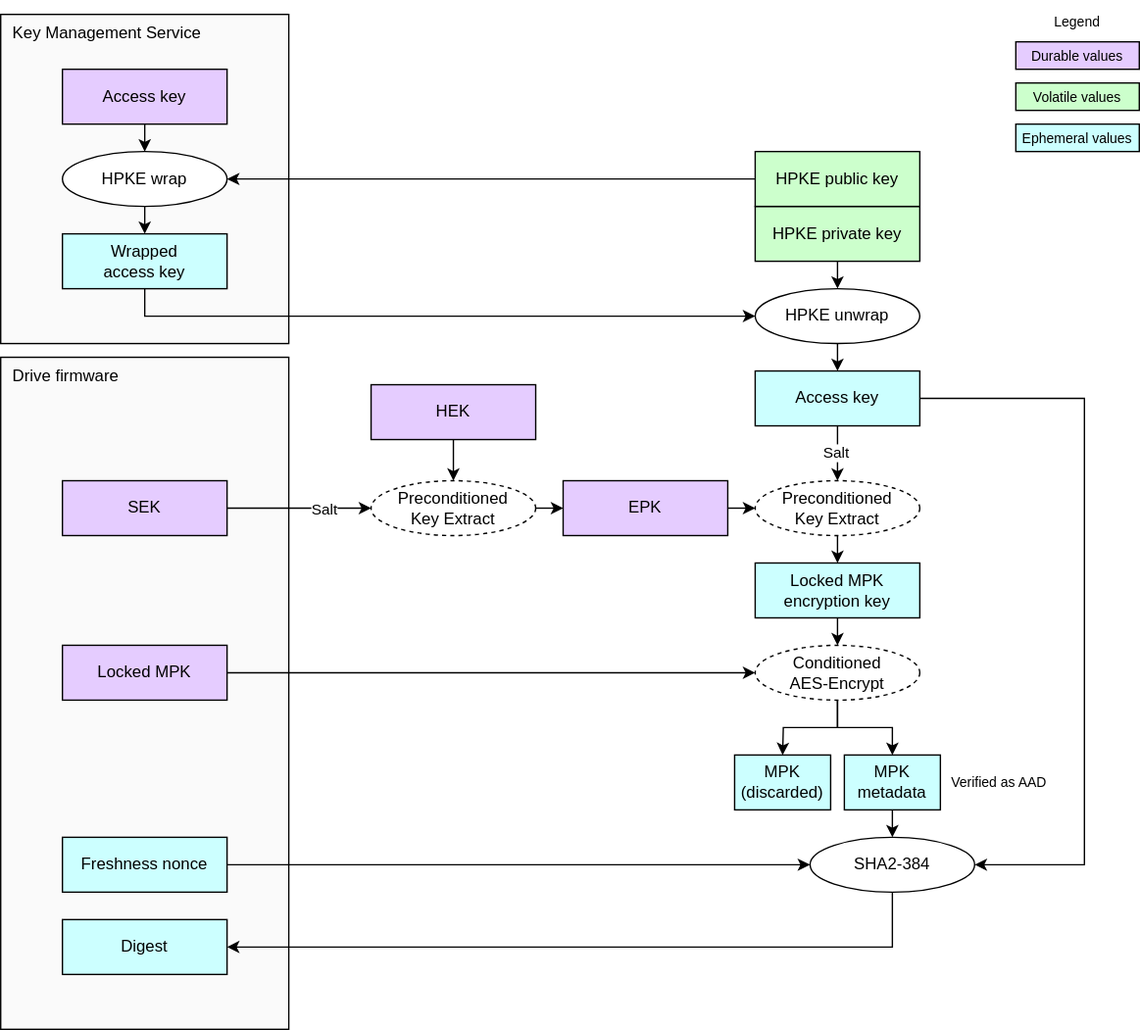
The draw.io diagram doc/ocp_lock/diagrams/mpk_access_key_testing.drawio.svg in chipsalliance/Caliptra, before a commit. Source tidied: cells renumbered, new cells last; positions are measured from the earlier drawing's top-left corner, leaving out a move shared by most shapes.
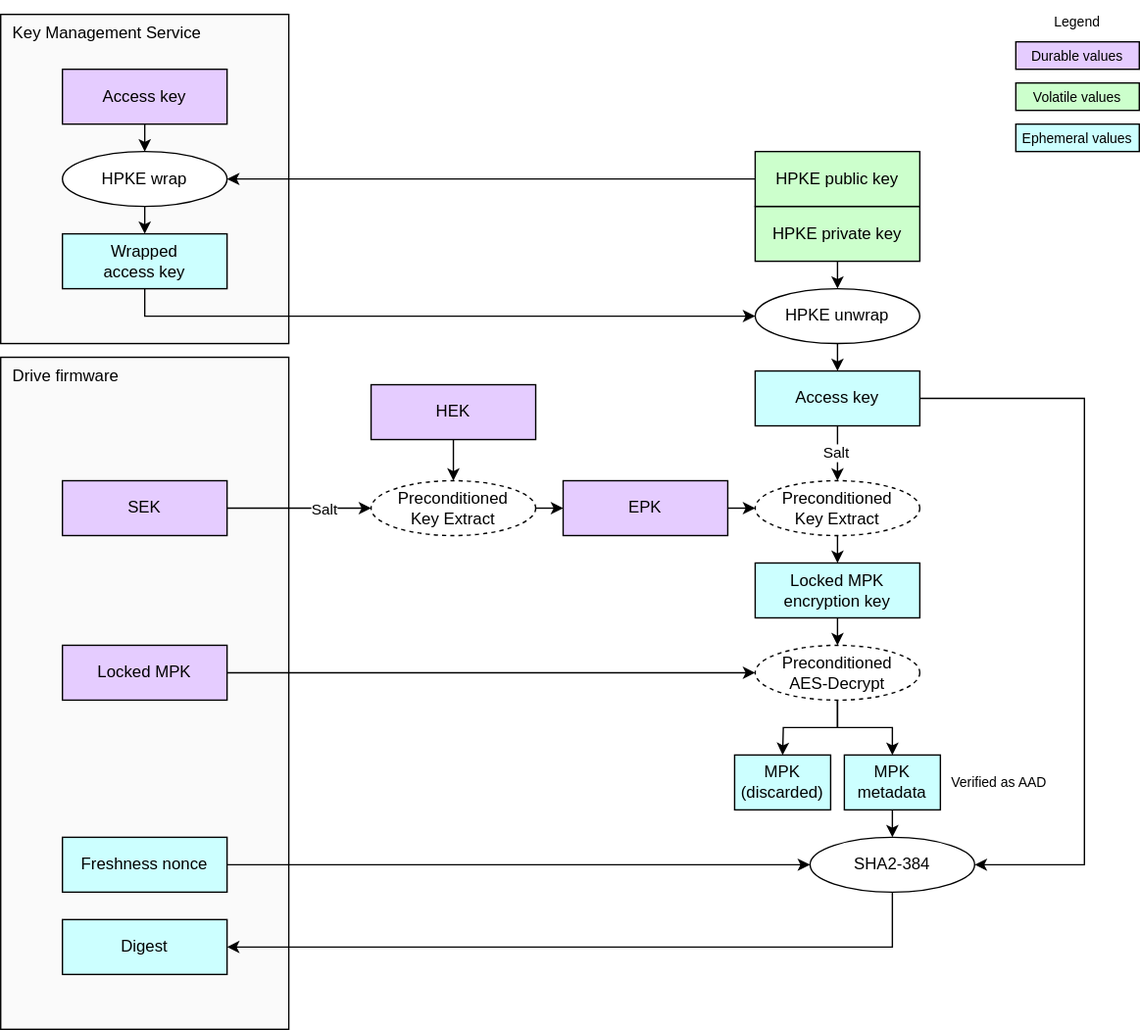
The same diagram one commit later.

Change to the diagram source:
```diff
@@ -38,7 +38,7 @@
     <mxCell id="13" style="edgeStyle=none;html=1;exitX=0.5;exitY=1;exitDx=0;exitDy=0;entryX=0.5;entryY=0;entryDx=0;entryDy=0;" parent="1" edge="1" source="25" target="14">
       <mxGeometry relative="1" as="geometry" />
     </mxCell>
-    <mxCell id="14" value="Conditioned&lt;div&gt;AES-Encrypt&lt;/div&gt;" style="ellipse;whiteSpace=wrap;html=1;fillColor=#FFFFFF;dashed=1;" parent="1" vertex="1">
+    <mxCell id="14" value="Preconditioned&lt;div&gt;AES-Decrypt&lt;/div&gt;" style="ellipse;whiteSpace=wrap;html=1;fillColor=#FFFFFF;dashed=1;" parent="1" vertex="1">
       <mxGeometry x="550" y="470" width="120" height="40" as="geometry" />
     </mxCell>
     <mxCell id="15" style="endArrow=none;html=1;exitX=0;exitY=0.5;exitDx=0;exitDy=0;entryX=1;entryY=0.5;entryDx=0;entryDy=0;startArrow=classic;startFill=1;endFill=0;endSize=6;startSize=6;rounded=0;edgeStyle=orthogonalEdgeStyle;" parent="1" edge="1" source="14" target="12">
```
